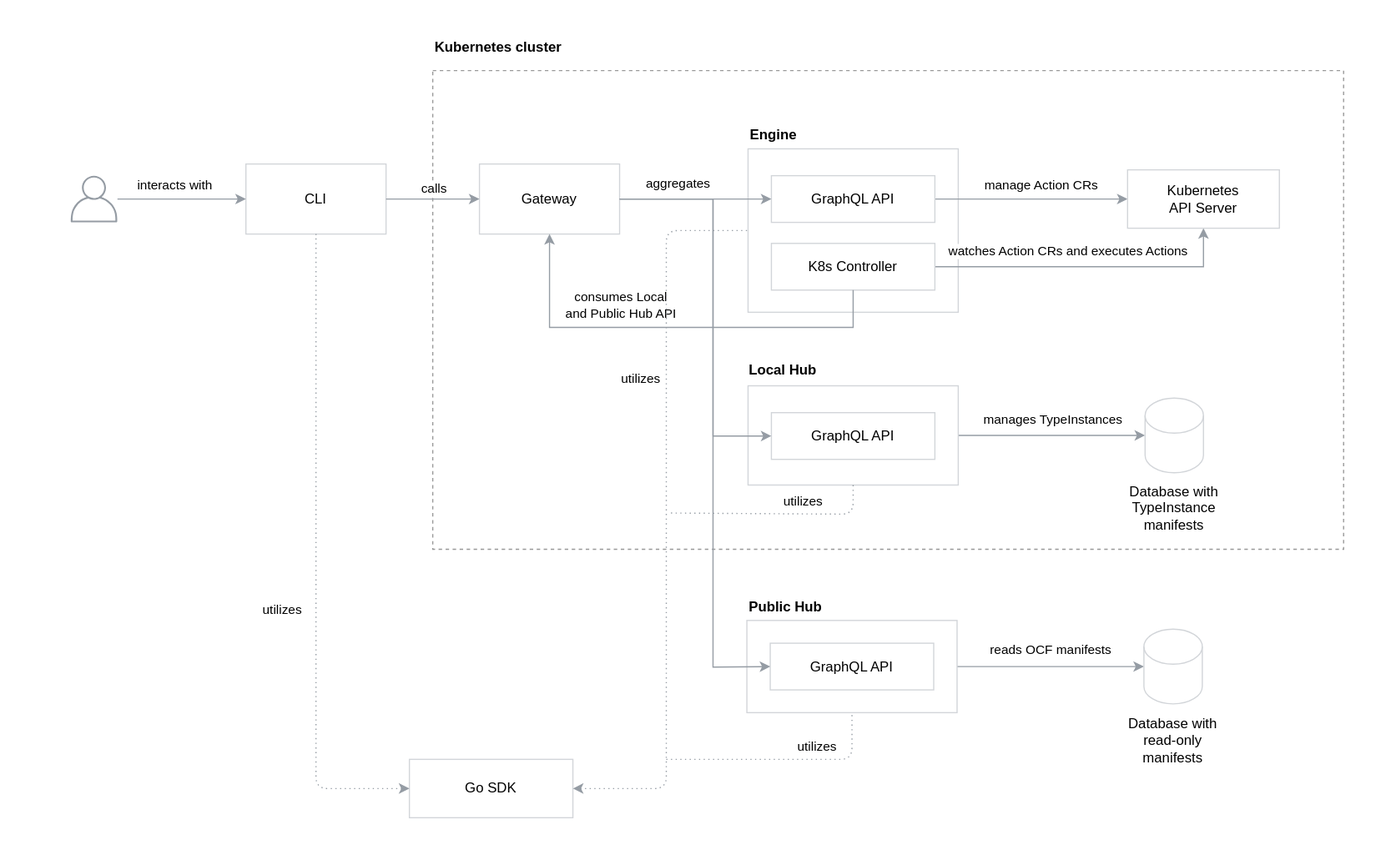
This is docs/architecture/assets/components.svg from capactio/website, a draw.io export, as it was before one commit. Source tidied: cells renumbered, new cells last; positions are measured from the earlier drawing's top-left corner, leaving out a move shared by most shapes.
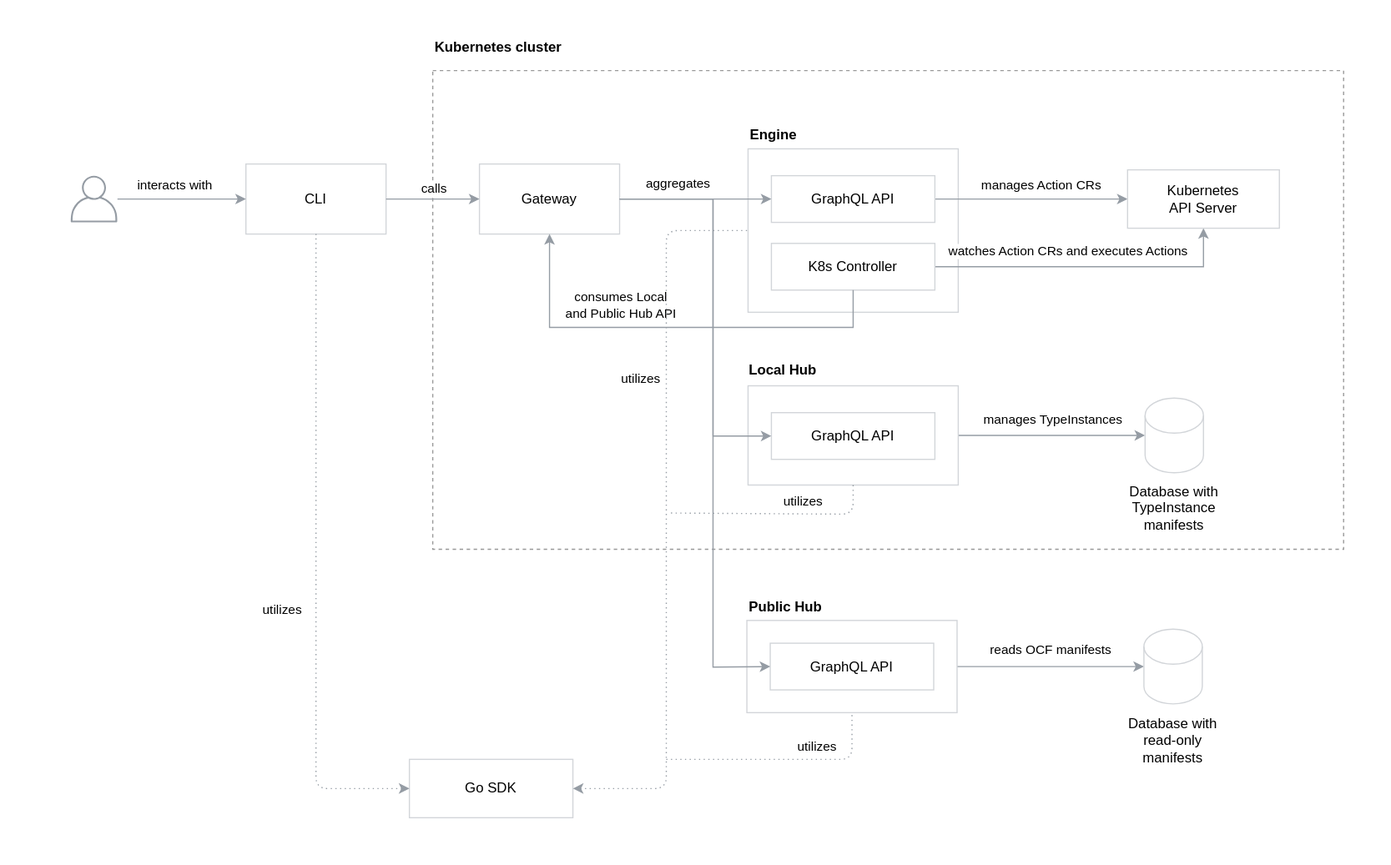
Above is the later version.

Commit message:
Bring improvements to diagram after review

Diff of the diagram source:
```diff
@@ -44,7 +44,7 @@
     <mxCell id="13" style="edgeStyle=orthogonalEdgeStyle;rounded=0;jettySize=auto;html=1;exitX=1;exitY=0.5;exitDx=0;exitDy=0;entryX=0;entryY=0.5;entryDx=0;entryDy=0;strokeColor=#959CA4;" parent="1" edge="1" source="15" target="34">
       <mxGeometry relative="1" as="geometry" />
     </mxCell>
-    <mxCell id="14" value="manage Action CRs" style="edgeLabel;html=1;align=center;verticalAlign=middle;" parent="13" vertex="1">
+    <mxCell id="14" value="manages Action CRs" style="edgeLabel;html=1;align=center;verticalAlign=middle;" parent="13" vertex="1">
       <mxGeometry x="-0.3" y="-3" relative="1" as="geometry">
         <mxPoint x="32" y="-16" as="offset" />
       </mxGeometry>
```
